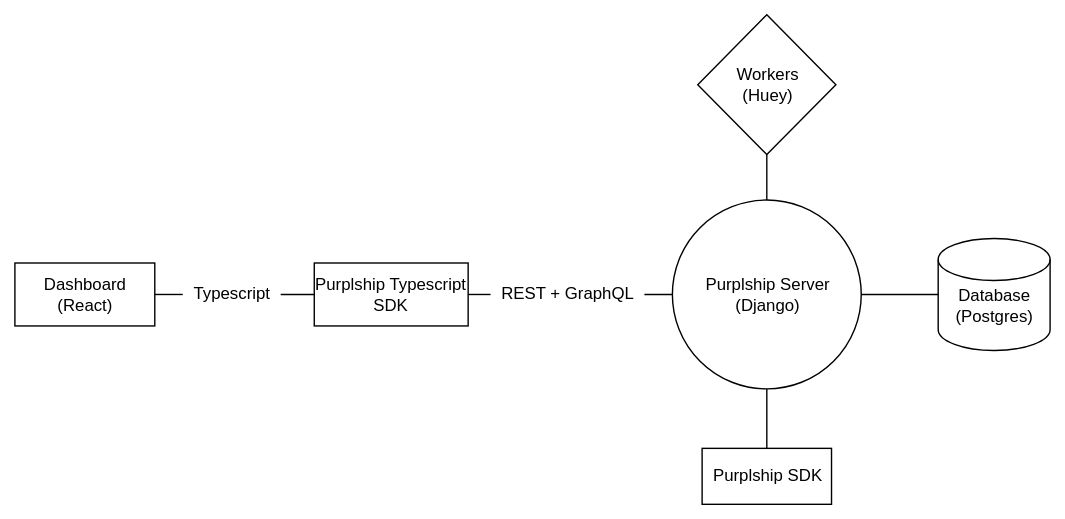
Before: docs/images/purplship-server-architecture.svg, a diagram exported from draw.io (karrioapi/karrio). Source tidied: cells renumbered, new cells last; positions are measured from the earlier drawing's top-left corner, leaving out a move shared by most shapes.
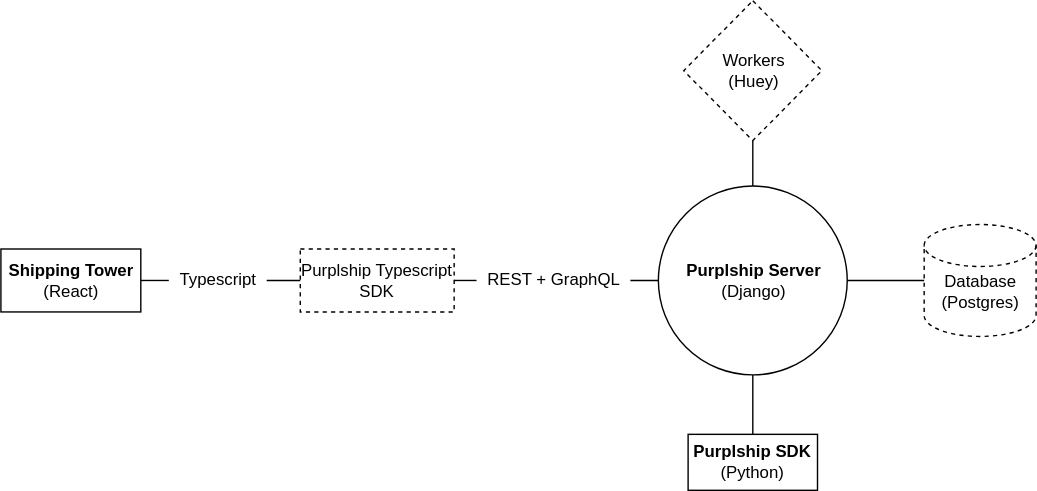
Later version of the same file.

Change to the diagram source:
```diff
@@ -2,19 +2,19 @@
   <root>
     <mxCell id="0" />
     <mxCell id="1" parent="0" />
-    <mxCell id="2" value="Purplship Typescript SDK" style="rounded=0;whiteSpace=wrap;html=1;fontFamily=Helvetica;fontSize=12;fontColor=#000000;align=center;" parent="1" vertex="1">
+    <mxCell id="2" value="Purplship Typescript SDK" style="rounded=0;whiteSpace=wrap;html=1;fontFamily=Helvetica;fontSize=12;fontColor=#000000;align=center;dashed=1;" parent="1" vertex="1">
       <mxGeometry x="214" y="177.5" width="110" height="45" as="geometry" />
     </mxCell>
     <mxCell id="3" style="ellipse;whiteSpace=wrap;html=1;" parent="1" vertex="1">
       <mxGeometry x="470" y="132.5" width="135" height="135" as="geometry" />
     </mxCell>
-    <mxCell id="4" value="Purplship Server&lt;br&gt;(Django)" style="text;html=1;align=center;verticalAlign=middle;fillColor=none;strokeColor=none;rounded=0;" parent="1" vertex="1">
-      <mxGeometry x="487.5" y="185" width="100" height="30" as="geometry" />
+    <mxCell id="4" value="&lt;b&gt;Purplship Server&lt;/b&gt;&lt;br&gt;(Django)" style="text;html=1;align=center;verticalAlign=middle;fillColor=none;strokeColor=none;rounded=0;" parent="1" vertex="1">
+      <mxGeometry x="482.5" y="185" width="110" height="30" as="geometry" />
     </mxCell>
     <mxCell id="5" style="edgeStyle=orthogonalEdgeStyle;rounded=0;jettySize=auto;html=1;endArrow=none;endFill=1;entryX=0;entryY=0.5;entryDx=0;entryDy=0;startArrow=none;" parent="1" edge="1" source="16" target="3">
       <mxGeometry relative="1" as="geometry" />
     </mxCell>
-    <mxCell id="6" style="shape=cylinder3;whiteSpace=wrap;html=1;boundedLbl=1;backgroundOutline=1;size=15;" parent="1" vertex="1">
+    <mxCell id="6" style="shape=cylinder3;whiteSpace=wrap;html=1;boundedLbl=1;backgroundOutline=1;size=15;dashed=1;" parent="1" vertex="1">
       <mxGeometry x="660" y="160" width="80" height="80" as="geometry" />
     </mxCell>
     <mxCell id="7" value="Database&lt;br&gt;(Postgres)" style="text;html=1;align=center;verticalAlign=middle;fillColor=none;strokeColor=none;rounded=0;" parent="1" vertex="1">
@@ -23,7 +23,7 @@
     <mxCell id="8" style="endArrow=none;html=1;entryX=0;entryY=0.5;entryDx=0;entryDy=0;entryPerimeter=0;exitX=1;exitY=0.5;exitDx=0;exitDy=0;" parent="1" edge="1" source="3" target="6">
       <mxGeometry relative="1" as="geometry" />
     </mxCell>
-    <mxCell id="9" style="rhombus;whiteSpace=wrap;html=1;" parent="1" vertex="1">
+    <mxCell id="9" style="rhombus;whiteSpace=wrap;html=1;dashed=1;" parent="1" vertex="1">
       <mxGeometry x="488.1" width="98.8" height="100" as="geometry" />
     </mxCell>
     <mxCell id="10" value="Workers&lt;br&gt;(Huey)" style="text;html=1;align=center;verticalAlign=middle;fillColor=none;strokeColor=none;rounded=0;" parent="1" vertex="1">
@@ -32,8 +32,8 @@
     <mxCell id="11" style="rounded=0;whiteSpace=wrap;html=1;" parent="1" vertex="1">
       <mxGeometry y="177.5" width="100" height="45" as="geometry" />
     </mxCell>
-    <mxCell id="12" value="Dashboard&lt;br&gt;(React)" style="text;html=1;align=center;verticalAlign=middle;fillColor=none;strokeColor=none;rounded=0;" parent="1" vertex="1">
-      <mxGeometry x="15" y="185" width="70" height="30" as="geometry" />
+    <mxCell id="12" value="&lt;b&gt;Shipping Tower&lt;/b&gt;&lt;br&gt;(React)" style="text;html=1;align=center;verticalAlign=middle;fillColor=none;strokeColor=none;rounded=0;" parent="1" vertex="1">
+      <mxGeometry y="185" width="100" height="30" as="geometry" />
     </mxCell>
     <mxCell id="13" style="endArrow=none;html=1;entryX=1;entryY=0.5;entryDx=0;entryDy=0;exitX=0;exitY=0.5;exitDx=0;exitDy=0;startArrow=none;" parent="1" edge="1" source="14" target="11">
       <mxGeometry relative="1" as="geometry" />
@@ -53,8 +53,8 @@
     <mxCell id="18" style="rounded=0;whiteSpace=wrap;html=1;" parent="1" vertex="1">
       <mxGeometry x="491.2" y="310" width="92.5" height="40" as="geometry" />
     </mxCell>
-    <mxCell id="19" value="Purplship SDK" style="text;html=1;align=center;verticalAlign=middle;fillColor=none;strokeColor=none;rounded=0;" parent="1" vertex="1">
-      <mxGeometry x="492.5" y="320" width="90" height="20" as="geometry" />
+    <mxCell id="19" value="&lt;b&gt;Purplship SDK&lt;/b&gt;&lt;br&gt;(Python)" style="text;html=1;align=center;verticalAlign=middle;fillColor=none;strokeColor=none;rounded=0;" parent="1" vertex="1">
+      <mxGeometry x="486.5" y="315" width="100" height="30" as="geometry" />
     </mxCell>
     <mxCell id="20" style="endArrow=none;html=1;entryX=0.5;entryY=1;entryDx=0;entryDy=0;exitX=0.5;exitY=0;exitDx=0;exitDy=0;" parent="1" edge="1" source="3" target="9">
       <mxGeometry relative="1" as="geometry" />
```
